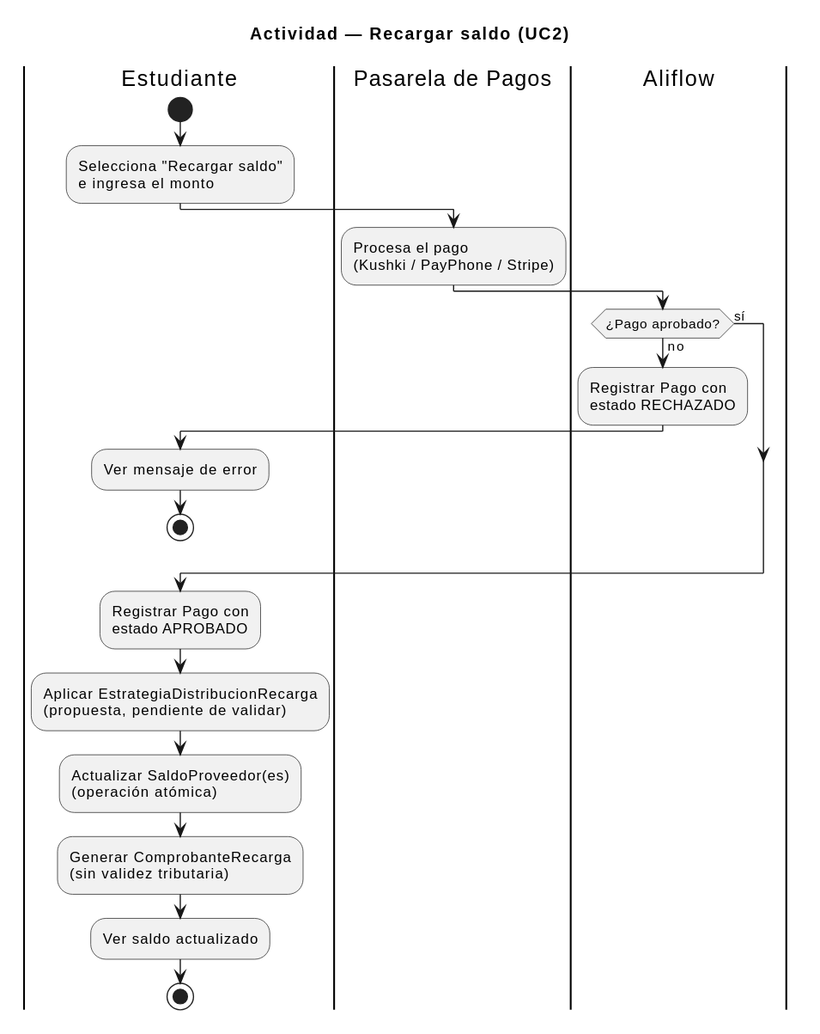
Before: uml/actividad-recarga-saldo.svg, a diagram exported from PlantUML (Jesus-JB/aliflow). Its diagram source:
```plantuml
@startuml
title Actividad — Recargar saldo (UC2)

|Estudiante|
start
:Selecciona "Recargar saldo"\ne ingresa el monto;

|Pasarela de Pagos|
:Procesa el pago\n(Kushki / PayPhone / Stripe);

|Aliflow|
if (¿Pago aprobado?) then (no)
  :Registrar Pago con\nestado RECHAZADO;
  |Estudiante|
  :Ver mensaje de error;
  stop
else (sí)
endif

:Registrar Pago con\nestado APROBADO;
:Aplicar EstrategiaDistribucionRecarga\n(propuesta, pendiente de validar);
:Actualizar SaldoProveedor(es)\n(operación atómica);
:Generar ComprobanteRecarga\n(sin validez tributaria);

|Estudiante|
:Ver saldo actualizado;
stop
@enduml
```
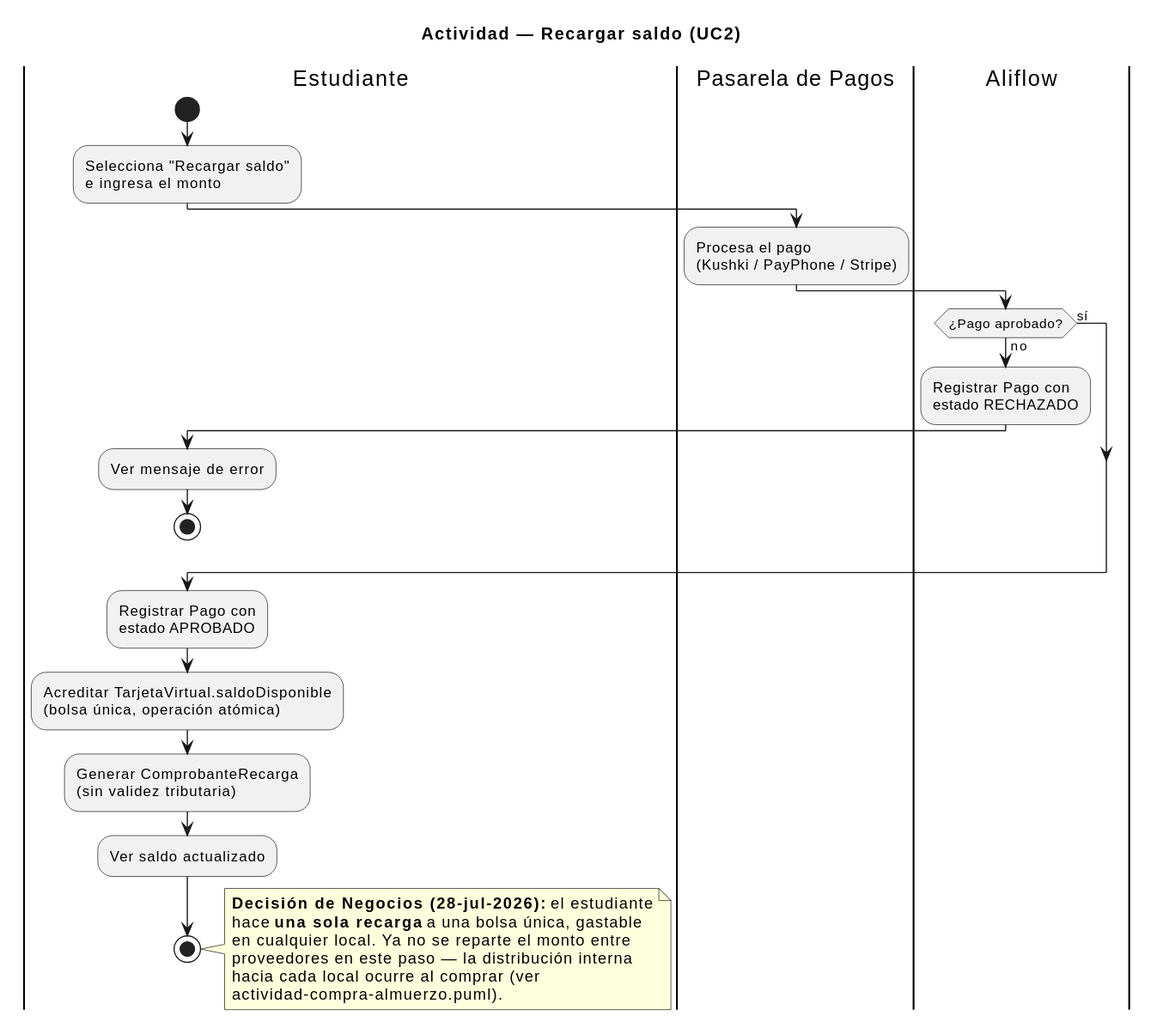
After the commit.

Change to the diagram source:
```diff
@@ -18,11 +18,19 @@
 endif
 
 :Registrar Pago con\nestado APROBADO;
-:Aplicar EstrategiaDistribucionRecarga\n(propuesta, pendiente de validar);
-:Actualizar SaldoProveedor(es)\n(operación atómica);
+:Acreditar TarjetaVirtual.saldoDisponible\n(bolsa única, operación atómica);
 :Generar ComprobanteRecarga\n(sin validez tributaria);
 
 |Estudiante|
 :Ver saldo actualizado;
 stop
+
+note right
+  **Decisión de Negocios (28-jul-2026):** el estudiante
+  hace **una sola recarga** a una bolsa única, gastable
+  en cualquier local. Ya no se reparte el monto entre
+  proveedores en este paso — la distribución interna
+  hacia cada local ocurre al comprar (ver
+  actividad-compra-almuerzo.puml).
+end note
 @enduml
```
